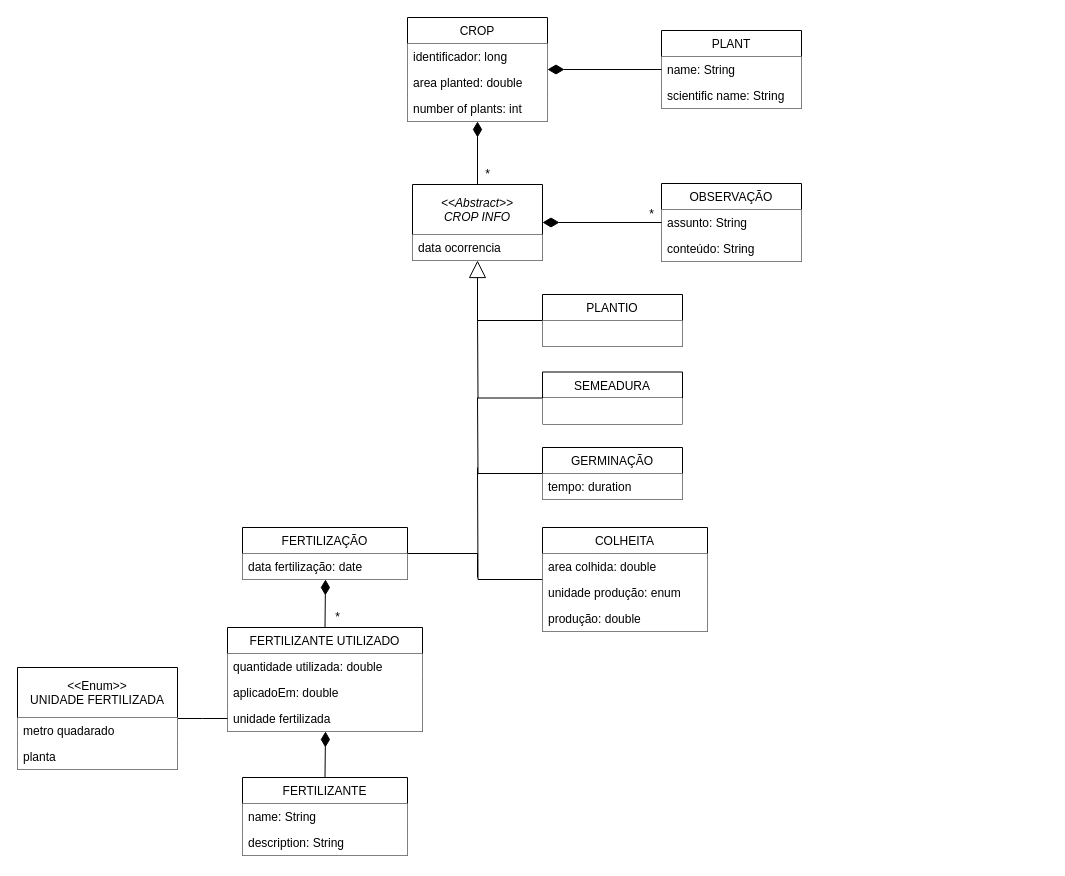
The draw.io diagram page "UML" (2 of 3) of concept/plantation.drawio in DenisJulio/crop-info-management-system, before the edit. Source tidied: cells renumbered, new cells numbered last; positions are measured from the earlier drawing's top-left corner, leaving out a move shared by most shapes. Both pictures are drawn from the tidied source at 100%, with x=0, y=0 at pixel (17, 17).
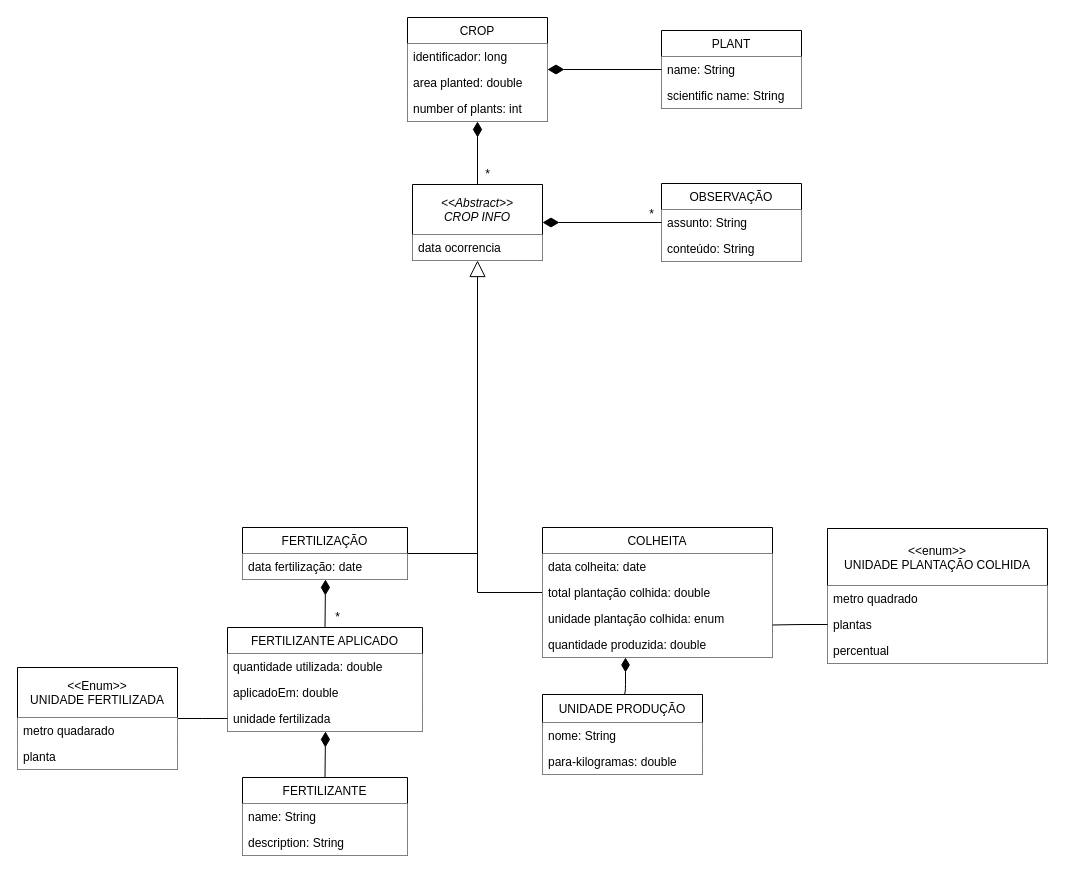
Above is the later version.

The change refers to these unchanged cells:
```xml
<mxCell id="11" value="&lt;&lt;Abstract&gt;&gt;&#10;CROP INFO" style="swimlane;fontStyle=2;horizontal=1;startSize=50;fillColor=default;swimlaneHead=1;swimlaneBody=1;fixDash=0;movableLabel=0;comic=0;overflow=visible;strokeOpacity=100;fillOpacity=100;arcSize=15;" parent="1" vertex="1">
  <mxGeometry x="395" y="167" width="130" height="76" as="geometry" />
</mxCell>
```

What changed in the source:
```diff
@@
-    <mxCell id="17" style="edgeStyle=orthogonalEdgeStyle;rounded=0;jumpSize=6;jettySize=auto;html=1;exitX=0;exitY=0.5;exitDx=0;exitDy=0;entryX=0.5;entryY=1;entryDx=0;entryDy=0;startArrow=none;startFill=0;endArrow=block;endFill=0;startSize=14;endSize=15;sourcePerimeterSpacing=0;targetPerimeterSpacing=0;strokeWidth=1;" parent="1" edge="1" source="18" target="11">
-      <mxGeometry relative="1" as="geometry" />
-    </mxCell>
-    <mxCell id="18" value="PLANTIO" style="swimlane;fontStyle=0;horizontal=1;startSize=26;fillColor=default;swimlaneHead=1;swimlaneBody=1;fixDash=0;movableLabel=0;comic=0;overflow=visible;strokeOpacity=100;fillOpacity=100;arcSize=15;" parent="1" vertex="1">
-      <mxGeometry x="525" y="277" width="140" height="52" as="geometry" />
-    </mxCell>
-    <mxCell id="19" style="text;strokeColor=none;fillColor=default;align=left;verticalAlign=top;spacingLeft=4;spacingRight=4;overflow=hidden;" parent="18" vertex="1">
-      <mxGeometry y="26" width="140" height="26" as="geometry" />
-    </mxCell>
-    <mxCell id="20" style="edgeStyle=orthogonalEdgeStyle;rounded=0;jumpSize=6;jettySize=auto;html=1;exitX=0;exitY=0.5;exitDx=0;exitDy=0;startArrow=none;startFill=0;endArrow=none;endFill=0;startSize=14;endSize=15;sourcePerimeterSpacing=0;targetPerimeterSpacing=0;strokeWidth=1;" parent="1" edge="1" source="21">
-      <mxGeometry relative="1" as="geometry">
-        <mxPoint x="460" y="300" as="targetPoint" />
-      </mxGeometry>
-    </mxCell>
-    <mxCell id="21" value="SEMEADURA" style="swimlane;fontStyle=0;horizontal=1;startSize=26;fillColor=default;swimlaneHead=1;swimlaneBody=1;fixDash=0;movableLabel=0;comic=0;overflow=visible;strokeOpacity=100;fillOpacity=100;arcSize=15;" parent="1" vertex="1">
-      <mxGeometry x="525" y="354.5" width="140" height="52" as="geometry" />
-    </mxCell>
-    <mxCell id="22" style="text;strokeColor=none;fillColor=default;align=left;verticalAlign=top;spacingLeft=4;spacingRight=4;overflow=hidden;" parent="21" vertex="1">
-      <mxGeometry y="26" width="140" height="26" as="geometry" />
-    </mxCell>
-    <mxCell id="23" style="edgeStyle=orthogonalEdgeStyle;rounded=0;jumpSize=6;jettySize=auto;html=1;exitX=0;exitY=0.5;exitDx=0;exitDy=0;startArrow=none;startFill=0;endArrow=none;endFill=0;startSize=14;endSize=15;sourcePerimeterSpacing=0;targetPerimeterSpacing=0;strokeWidth=1;" parent="1" edge="1" source="24">
-      <mxGeometry relative="1" as="geometry">
-        <mxPoint x="460" y="380" as="targetPoint" />
-      </mxGeometry>
-    </mxCell>
-    <mxCell id="24" value="GERMINAÇÃO" style="swimlane;fontStyle=0;horizontal=1;startSize=26;fillColor=default;swimlaneHead=1;swimlaneBody=1;fixDash=0;movableLabel=0;comic=0;overflow=visible;strokeOpacity=100;fillOpacity=100;arcSize=15;" parent="1" vertex="1">
-      <mxGeometry x="525" y="430" width="140" height="52" as="geometry" />
-    </mxCell>
-    <mxCell id="25" value="tempo: duration" style="text;strokeColor=none;fillColor=default;align=left;verticalAlign=top;spacingLeft=4;spacingRight=4;overflow=hidden;" parent="24" vertex="1">
-      <mxGeometry y="26" width="140" height="26" as="geometry" />
-    </mxCell>
-    <mxCell id="26" style="edgeStyle=orthogonalEdgeStyle;rounded=0;jumpSize=6;jettySize=auto;html=1;exitX=0;exitY=0.5;exitDx=0;exitDy=0;startArrow=none;startFill=0;endArrow=none;endFill=0;startSize=14;endSize=15;sourcePerimeterSpacing=0;targetPerimeterSpacing=0;strokeWidth=1;" parent="1" edge="1" source="27">
-      <mxGeometry relative="1" as="geometry">
-        <mxPoint x="460" y="450" as="targetPoint" />
-      </mxGeometry>
+    <mxCell id="26" style="edgeStyle=orthogonalEdgeStyle;rounded=0;jumpSize=6;jettySize=auto;html=1;exitX=0.5;exitY=1;exitDx=0;exitDy=0;startArrow=block;startFill=0;endArrow=none;endFill=0;startSize=14;endSize=15;sourcePerimeterSpacing=0;targetPerimeterSpacing=0;strokeWidth=1;entryX=0;entryY=0.5;entryDx=0;entryDy=0;" parent="1" edge="1" source="11" target="27">
+      <mxGeometry relative="1" as="geometry" />
     </mxCell>
     <mxCell id="27" value="COLHEITA" style="swimlane;fontStyle=0;horizontal=1;startSize=26;fillColor=default;swimlaneHead=1;swimlaneBody=1;fixDash=0;movableLabel=0;comic=0;overflow=visible;strokeOpacity=100;fillOpacity=100;arcSize=15;" parent="1" vertex="1">
-      <mxGeometry x="525" y="510" width="165" height="104" as="geometry" />
+      <mxGeometry x="525" y="510" width="230" height="130" as="geometry" />
     </mxCell>
-    <mxCell id="28" value="area colhida: double" style="text;strokeColor=none;fillColor=default;align=left;verticalAlign=top;spacingLeft=4;spacingRight=4;overflow=hidden;" parent="27" vertex="1">
-      <mxGeometry y="26" width="165" height="26" as="geometry" />
+    <mxCell id="28" value="data colheita: date" style="text;strokeColor=none;fillColor=default;align=left;verticalAlign=top;spacingLeft=4;spacingRight=4;overflow=hidden;" parent="27" vertex="1">
+      <mxGeometry y="26" width="230" height="26" as="geometry" />
     </mxCell>
-    <mxCell id="29" value="unidade produção: enum" style="text;strokeColor=none;fillColor=default;align=left;verticalAlign=top;spacingLeft=4;spacingRight=4;overflow=hidden;" parent="27" vertex="1">
-      <mxGeometry y="52" width="165" height="26" as="geometry" />
+    <mxCell id="29" value="total plantação colhida: double" style="text;strokeColor=none;fillColor=default;align=left;verticalAlign=top;spacingLeft=4;spacingRight=4;overflow=hidden;" parent="27" vertex="1">
+      <mxGeometry y="52" width="230" height="26" as="geometry" />
     </mxCell>
-    <mxCell id="30" value="produção: double" style="text;strokeColor=none;fillColor=default;align=left;verticalAlign=top;spacingLeft=4;spacingRight=4;overflow=hidden;" parent="27" vertex="1">
-      <mxGeometry y="78" width="165" height="26" as="geometry" />
+    <mxCell id="30" value="unidade plantação colhida: enum" style="text;strokeColor=none;fillColor=default;align=left;verticalAlign=top;spacingLeft=4;spacingRight=4;overflow=hidden;" parent="27" vertex="1">
+      <mxGeometry y="78" width="230" height="26" as="geometry" />
     </mxCell>
+    <mxCell id="50" value="quantidade produzida: double" style="text;strokeColor=none;fillColor=default;align=left;verticalAlign=top;spacingLeft=4;spacingRight=4;overflow=hidden;points=[[0,0.5],[1,0.5]];portConstraint=eastwest;" parent="27" vertex="1">
+      <mxGeometry y="104" width="230" height="26" as="geometry" />
+    </mxCell>
@@
-    <mxCell id="37" value="FERTILIZANTE UTILIZADO" style="swimlane;fontStyle=0;horizontal=1;startSize=26;fillColor=default;swimlaneHead=1;swimlaneBody=1;fixDash=0;movableLabel=0;comic=0;overflow=visible;strokeOpacity=100;fillOpacity=100;arcSize=15;" parent="1" vertex="1">
+    <mxCell id="37" value="FERTILIZANTE APLICADO" style="swimlane;fontStyle=0;horizontal=1;startSize=26;fillColor=default;swimlaneHead=1;swimlaneBody=1;fixDash=0;movableLabel=0;comic=0;overflow=visible;strokeOpacity=100;fillOpacity=100;arcSize=15;" parent="1" vertex="1">
       <mxGeometry x="210" y="610" width="195" height="104" as="geometry" />
     </mxCell>
@@
+    <mxCell id="51" style="edgeStyle=orthogonalEdgeStyle;rounded=1;jettySize=auto;html=1;exitX=0.5;exitY=0;exitDx=0;exitDy=0;entryX=0.361;entryY=1;entryDx=0;entryDy=0;entryPerimeter=0;fontColor=#33FF33;endArrow=diamondThin;endFill=1;startSize=6;endSize=12;" parent="1" edge="1" source="52" target="50">
+      <mxGeometry relative="1" as="geometry" />
+    </mxCell>
+    <mxCell id="52" value="UNIDADE PRODUÇÃO" style="swimlane;fontStyle=0;horizontal=1;startSize=28;fillColor=default;swimlaneHead=1;swimlaneBody=1;fixDash=0;movableLabel=0;comic=0;overflow=visible;strokeOpacity=100;fillOpacity=100;arcSize=15;" parent="1" vertex="1">
+      <mxGeometry x="525" y="677" width="160" height="80" as="geometry" />
+    </mxCell>
+    <mxCell id="53" value="nome: String" style="text;strokeColor=none;fillColor=default;align=left;verticalAlign=top;spacingLeft=4;spacingRight=4;overflow=hidden;" parent="52" vertex="1">
+      <mxGeometry y="28" width="160" height="26" as="geometry" />
+    </mxCell>
+    <mxCell id="54" value="para-kilogramas: double" style="text;strokeColor=none;fillColor=default;align=left;verticalAlign=top;spacingLeft=4;spacingRight=4;overflow=hidden;" parent="52" vertex="1">
+      <mxGeometry y="54" width="160" height="26" as="geometry" />
+    </mxCell>
+    <mxCell id="55" value="&lt;&lt;enum&gt;&gt;&#10;UNIDADE PLANTAÇÃO COLHIDA" style="swimlane;fontStyle=0;horizontal=1;startSize=57;fillColor=default;swimlaneHead=1;swimlaneBody=1;fixDash=0;movableLabel=0;comic=0;overflow=visible;strokeOpacity=100;fillOpacity=100;arcSize=15;" parent="1" vertex="1">
+      <mxGeometry x="810" y="511" width="220" height="135" as="geometry" />
+    </mxCell>
+    <mxCell id="56" value="metro quadrado " style="text;strokeColor=none;fillColor=default;align=left;verticalAlign=top;spacingLeft=4;spacingRight=4;overflow=hidden;" parent="55" vertex="1">
+      <mxGeometry y="57" width="220" height="26" as="geometry" />
+    </mxCell>
+    <mxCell id="57" value="plantas" style="text;strokeColor=none;fillColor=default;align=left;verticalAlign=top;spacingLeft=4;spacingRight=4;overflow=hidden;points=[[0,0.5],[1,0.5]];portConstraint=eastwest;" parent="55" vertex="1">
+      <mxGeometry y="83" width="220" height="26" as="geometry" />
+    </mxCell>
+    <mxCell id="58" value="percentual" style="text;strokeColor=none;fillColor=default;align=left;verticalAlign=top;spacingLeft=4;spacingRight=4;overflow=hidden;" parent="55" vertex="1">
+      <mxGeometry y="109" width="220" height="26" as="geometry" />
+    </mxCell>
+    <mxCell id="59" style="edgeStyle=orthogonalEdgeStyle;rounded=1;jettySize=auto;html=1;exitX=0;exitY=0.5;exitDx=0;exitDy=0;entryX=1;entryY=0.75;entryDx=0;entryDy=0;fontColor=#33FF33;endArrow=none;endFill=0;startSize=6;endSize=12;" parent="1" edge="1" source="57" target="27">
+      <mxGeometry relative="1" as="geometry" />
+    </mxCell>
```
